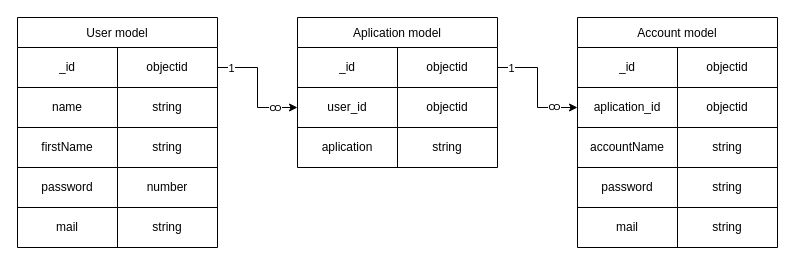
Earlier version of the draw.io diagram Диаграмма без названия.drawio (lambehorn/Passwords_Web-application). Source tidied: cells renumbered, new cells numbered last; positions are measured from the earlier drawing's top-left corner, leaving out a move shared by most shapes. Both pictures are drawn from the tidied source at 100%, with x=0, y=0 at pixel (17, 17).
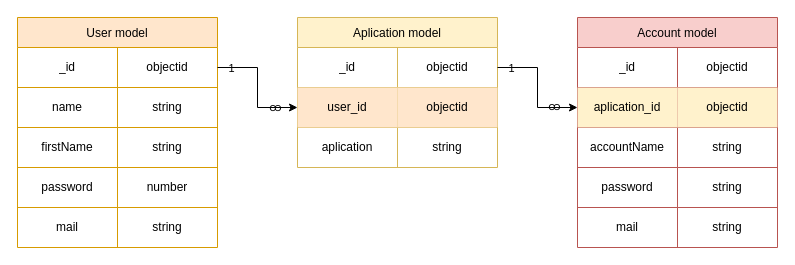
Above is the later version.

What changed in the source:
```diff
@@
-    <mxCell id="2" value="User model" style="shape=table;startSize=30;childLayout=tableLayout;" parent="1" vertex="1">
+    <mxCell id="2" value="User model" style="shape=table;startSize=30;childLayout=tableLayout;labelBackgroundColor=none;fillColor=#ffe6cc;strokeColor=#d79b00;" parent="1" vertex="1">
       <mxGeometry width="200" height="230" as="geometry" />
     </mxCell>
-    <mxCell id="3" style="shape=tableRow;horizontal=0;startSize=0;swimlaneHead=0;swimlaneBody=0;strokeColor=inherit;top=0;left=0;bottom=0;right=0;fillColor=none;points=[[0,0.5],[1,0.5]];portConstraint=eastwest;" parent="2" vertex="1">
+    <mxCell id="3" style="shape=tableRow;horizontal=0;startSize=0;swimlaneHead=0;swimlaneBody=0;top=0;left=0;bottom=0;right=0;fillColor=none;points=[[0,0.5],[1,0.5]];portConstraint=eastwest;labelBackgroundColor=none;" parent="2" vertex="1">
       <mxGeometry y="30" width="200" height="40" as="geometry" />
     </mxCell>
-    <mxCell id="4" value="_id" style="shape=partialRectangle;html=1;whiteSpace=wrap;strokeColor=inherit;overflow=hidden;fillColor=none;top=0;left=0;bottom=0;right=0;" parent="3" vertex="1">
+    <mxCell id="4" value="_id" style="shape=partialRectangle;html=1;whiteSpace=wrap;overflow=hidden;fillColor=none;top=0;left=0;bottom=0;right=0;labelBackgroundColor=none;" parent="3" vertex="1">
       <mxGeometry width="100" height="40" as="geometry" />
     </mxCell>
-    <mxCell id="5" value="objectid" style="shape=partialRectangle;html=1;whiteSpace=wrap;strokeColor=inherit;overflow=hidden;fillColor=none;top=0;left=0;bottom=0;right=0;" parent="3" vertex="1">
+    <mxCell id="5" value="objectid" style="shape=partialRectangle;html=1;whiteSpace=wrap;overflow=hidden;fillColor=none;top=0;left=0;bottom=0;right=0;labelBackgroundColor=none;" parent="3" vertex="1">
       <mxGeometry x="100" width="100" height="40" as="geometry" />
     </mxCell>
-    <mxCell id="6" style="shape=tableRow;horizontal=0;startSize=0;swimlaneHead=0;swimlaneBody=0;strokeColor=inherit;top=0;left=0;bottom=0;right=0;fillColor=none;" parent="2" vertex="1">
+    <mxCell id="6" style="shape=tableRow;horizontal=0;startSize=0;swimlaneHead=0;swimlaneBody=0;top=0;left=0;bottom=0;right=0;fillColor=none;labelBackgroundColor=none;" parent="2" vertex="1">
       <mxGeometry y="70" width="200" height="40" as="geometry" />
     </mxCell>
-    <mxCell id="7" value="name" style="shape=partialRectangle;html=1;whiteSpace=wrap;strokeColor=inherit;overflow=hidden;fillColor=none;top=0;left=0;bottom=0;right=0;" parent="6" vertex="1">
+    <mxCell id="7" value="name" style="shape=partialRectangle;html=1;whiteSpace=wrap;overflow=hidden;fillColor=none;top=0;left=0;bottom=0;right=0;labelBackgroundColor=none;" parent="6" vertex="1">
       <mxGeometry width="100" height="40" as="geometry" />
     </mxCell>
-    <mxCell id="8" value="string" style="shape=partialRectangle;html=1;whiteSpace=wrap;strokeColor=inherit;overflow=hidden;fillColor=none;top=0;left=0;bottom=0;right=0;" parent="6" vertex="1">
+    <mxCell id="8" value="string" style="shape=partialRectangle;html=1;whiteSpace=wrap;overflow=hidden;fillColor=none;top=0;left=0;bottom=0;right=0;labelBackgroundColor=none;" parent="6" vertex="1">
       <mxGeometry x="100" width="100" height="40" as="geometry" />
     </mxCell>
-    <mxCell id="9" style="shape=tableRow;horizontal=0;startSize=0;swimlaneHead=0;swimlaneBody=0;strokeColor=inherit;top=0;left=0;bottom=0;right=0;fillColor=none;" parent="2" vertex="1">
+    <mxCell id="9" style="shape=tableRow;horizontal=0;startSize=0;swimlaneHead=0;swimlaneBody=0;top=0;left=0;bottom=0;right=0;fillColor=none;labelBackgroundColor=none;" parent="2" vertex="1">
       <mxGeometry y="110" width="200" height="40" as="geometry" />
     </mxCell>
-    <mxCell id="10" value="firstName" style="shape=partialRectangle;html=1;whiteSpace=wrap;strokeColor=inherit;overflow=hidden;fillColor=none;top=0;left=0;bottom=0;right=0;" parent="9" vertex="1">
+    <mxCell id="10" value="firstName" style="shape=partialRectangle;html=1;whiteSpace=wrap;overflow=hidden;fillColor=none;top=0;left=0;bottom=0;right=0;labelBackgroundColor=none;" parent="9" vertex="1">
       <mxGeometry width="100" height="40" as="geometry" />
     </mxCell>
-    <mxCell id="11" value="string" style="shape=partialRectangle;html=1;whiteSpace=wrap;strokeColor=inherit;overflow=hidden;fillColor=none;top=0;left=0;bottom=0;right=0;" parent="9" vertex="1">
+    <mxCell id="11" value="string" style="shape=partialRectangle;html=1;whiteSpace=wrap;overflow=hidden;fillColor=none;top=0;left=0;bottom=0;right=0;labelBackgroundColor=none;" parent="9" vertex="1">
       <mxGeometry x="100" width="100" height="40" as="geometry" />
     </mxCell>
-    <mxCell id="12" style="shape=tableRow;horizontal=0;startSize=0;swimlaneHead=0;swimlaneBody=0;strokeColor=inherit;top=0;left=0;bottom=0;right=0;fillColor=none;" parent="2" vertex="1">
+    <mxCell id="12" style="shape=tableRow;horizontal=0;startSize=0;swimlaneHead=0;swimlaneBody=0;top=0;left=0;bottom=0;right=0;fillColor=none;labelBackgroundColor=none;" parent="2" vertex="1">
       <mxGeometry y="150" width="200" height="40" as="geometry" />
     </mxCell>
-    <mxCell id="13" value="password" style="shape=partialRectangle;html=1;whiteSpace=wrap;strokeColor=inherit;overflow=hidden;fillColor=none;top=0;left=0;bottom=0;right=0;" parent="12" vertex="1">
+    <mxCell id="13" value="password" style="shape=partialRectangle;html=1;whiteSpace=wrap;overflow=hidden;fillColor=none;top=0;left=0;bottom=0;right=0;labelBackgroundColor=none;" parent="12" vertex="1">
       <mxGeometry width="100" height="40" as="geometry" />
     </mxCell>
-    <mxCell id="14" value="number" style="shape=partialRectangle;html=1;whiteSpace=wrap;strokeColor=inherit;overflow=hidden;fillColor=none;top=0;left=0;bottom=0;right=0;" parent="12" vertex="1">
+    <mxCell id="14" value="number" style="shape=partialRectangle;html=1;whiteSpace=wrap;overflow=hidden;fillColor=none;top=0;left=0;bottom=0;right=0;labelBackgroundColor=none;" parent="12" vertex="1">
       <mxGeometry x="100" width="100" height="40" as="geometry" />
     </mxCell>
-    <mxCell id="15" style="shape=tableRow;horizontal=0;startSize=0;swimlaneHead=0;swimlaneBody=0;strokeColor=inherit;top=0;left=0;bottom=0;right=0;fillColor=none;" parent="2" vertex="1">
+    <mxCell id="15" style="shape=tableRow;horizontal=0;startSize=0;swimlaneHead=0;swimlaneBody=0;top=0;left=0;bottom=0;right=0;fillColor=none;labelBackgroundColor=none;" parent="2" vertex="1">
       <mxGeometry y="190" width="200" height="40" as="geometry" />
     </mxCell>
-    <mxCell id="16" value="mail" style="shape=partialRectangle;html=1;whiteSpace=wrap;strokeColor=inherit;overflow=hidden;fillColor=none;top=0;left=0;bottom=0;right=0;" parent="15" vertex="1">
+    <mxCell id="16" value="mail" style="shape=partialRectangle;html=1;whiteSpace=wrap;overflow=hidden;fillColor=none;top=0;left=0;bottom=0;right=0;labelBackgroundColor=none;" parent="15" vertex="1">
       <mxGeometry width="100" height="40" as="geometry" />
     </mxCell>
-    <mxCell id="17" value="string" style="shape=partialRectangle;html=1;whiteSpace=wrap;strokeColor=inherit;overflow=hidden;fillColor=none;top=0;left=0;bottom=0;right=0;" parent="15" vertex="1">
+    <mxCell id="17" value="string" style="shape=partialRectangle;html=1;whiteSpace=wrap;overflow=hidden;fillColor=none;top=0;left=0;bottom=0;right=0;labelBackgroundColor=none;" parent="15" vertex="1">
       <mxGeometry x="100" width="100" height="40" as="geometry" />
     </mxCell>
-    <mxCell id="18" value="Aplication model" style="shape=table;startSize=30;childLayout=tableLayout;" parent="1" vertex="1">
+    <mxCell id="18" value="Aplication model" style="shape=table;startSize=30;childLayout=tableLayout;labelBackgroundColor=none;fillColor=#fff2cc;strokeColor=#d6b656;" parent="1" vertex="1">
       <mxGeometry x="280" width="200" height="150" as="geometry" />
     </mxCell>
-    <mxCell id="19" style="shape=tableRow;horizontal=0;startSize=0;swimlaneHead=0;swimlaneBody=0;strokeColor=inherit;top=0;left=0;bottom=0;right=0;fillColor=none;points=[[0,0.5],[1,0.5]];portConstraint=eastwest;" parent="18" vertex="1">
+    <mxCell id="19" style="shape=tableRow;horizontal=0;startSize=0;swimlaneHead=0;swimlaneBody=0;top=0;left=0;bottom=0;right=0;fillColor=none;points=[[0,0.5],[1,0.5]];portConstraint=eastwest;labelBackgroundColor=none;" parent="18" vertex="1">
       <mxGeometry y="30" width="200" height="40" as="geometry" />
     </mxCell>
-    <mxCell id="20" value="_id" style="shape=partialRectangle;html=1;whiteSpace=wrap;strokeColor=inherit;overflow=hidden;fillColor=none;top=0;left=0;bottom=0;right=0;" parent="19" vertex="1">
+    <mxCell id="20" value="_id" style="shape=partialRectangle;html=1;whiteSpace=wrap;overflow=hidden;fillColor=none;top=0;left=0;bottom=0;right=0;labelBackgroundColor=none;" parent="19" vertex="1">
       <mxGeometry width="100" height="40" as="geometry" />
     </mxCell>
-    <mxCell id="21" value="objectid" style="shape=partialRectangle;html=1;whiteSpace=wrap;strokeColor=inherit;overflow=hidden;fillColor=none;top=0;left=0;bottom=0;right=0;" parent="19" vertex="1">
+    <mxCell id="21" value="objectid" style="shape=partialRectangle;html=1;whiteSpace=wrap;overflow=hidden;fillColor=none;top=0;left=0;bottom=0;right=0;labelBackgroundColor=none;" parent="19" vertex="1">
       <mxGeometry x="100" width="100" height="40" as="geometry" />
     </mxCell>
-    <mxCell id="22" style="shape=tableRow;horizontal=0;startSize=0;swimlaneHead=0;swimlaneBody=0;strokeColor=inherit;top=0;left=0;bottom=0;right=0;fillColor=none;points=[[0,0.5],[1,0.5]];portConstraint=eastwest;" parent="18" vertex="1">
+    <mxCell id="22" style="shape=tableRow;horizontal=0;startSize=0;swimlaneHead=0;swimlaneBody=0;top=0;left=0;bottom=0;right=0;fillColor=none;points=[[0,0.5],[1,0.5]];portConstraint=eastwest;labelBackgroundColor=none;" parent="18" vertex="1">
       <mxGeometry y="70" width="200" height="40" as="geometry" />
     </mxCell>
-    <mxCell id="23" value="user_id" style="shape=partialRectangle;html=1;whiteSpace=wrap;strokeColor=inherit;overflow=hidden;fillColor=none;top=0;left=0;bottom=0;right=0;" parent="22" vertex="1">
+    <mxCell id="23" value="user_id" style="shape=partialRectangle;html=1;whiteSpace=wrap;overflow=hidden;fillColor=#ffe6cc;top=0;left=0;bottom=0;right=0;labelBackgroundColor=none;strokeColor=#d79b00;" parent="22" vertex="1">
       <mxGeometry width="100" height="40" as="geometry" />
     </mxCell>
-    <mxCell id="24" value="objectid" style="shape=partialRectangle;html=1;whiteSpace=wrap;strokeColor=inherit;overflow=hidden;fillColor=none;top=0;left=0;bottom=0;right=0;" parent="22" vertex="1">
+    <mxCell id="24" value="objectid" style="shape=partialRectangle;html=1;whiteSpace=wrap;overflow=hidden;fillColor=#ffe6cc;top=0;left=0;bottom=0;right=0;labelBackgroundColor=none;strokeColor=#d79b00;" parent="22" vertex="1">
       <mxGeometry x="100" width="100" height="40" as="geometry" />
     </mxCell>
-    <mxCell id="25" style="shape=tableRow;horizontal=0;startSize=0;swimlaneHead=0;swimlaneBody=0;strokeColor=inherit;top=0;left=0;bottom=0;right=0;fillColor=none;" parent="18" vertex="1">
+    <mxCell id="25" style="shape=tableRow;horizontal=0;startSize=0;swimlaneHead=0;swimlaneBody=0;top=0;left=0;bottom=0;right=0;fillColor=none;labelBackgroundColor=none;" parent="18" vertex="1">
       <mxGeometry y="110" width="200" height="40" as="geometry" />
     </mxCell>
-    <mxCell id="26" value="aplication" style="shape=partialRectangle;html=1;whiteSpace=wrap;strokeColor=inherit;overflow=hidden;fillColor=none;top=0;left=0;bottom=0;right=0;" parent="25" vertex="1">
+    <mxCell id="26" value="aplication" style="shape=partialRectangle;html=1;whiteSpace=wrap;overflow=hidden;fillColor=none;top=0;left=0;bottom=0;right=0;labelBackgroundColor=none;" parent="25" vertex="1">
       <mxGeometry width="100" height="40" as="geometry" />
     </mxCell>
-    <mxCell id="27" value="string" style="shape=partialRectangle;html=1;whiteSpace=wrap;strokeColor=inherit;overflow=hidden;fillColor=none;top=0;left=0;bottom=0;right=0;" parent="25" vertex="1">
+    <mxCell id="27" value="string" style="shape=partialRectangle;html=1;whiteSpace=wrap;overflow=hidden;fillColor=none;top=0;left=0;bottom=0;right=0;labelBackgroundColor=none;" parent="25" vertex="1">
       <mxGeometry x="100" width="100" height="40" as="geometry" />
     </mxCell>
-    <mxCell id="28" style="edgeStyle=orthogonalEdgeStyle;rounded=0;jettySize=auto;html=1;" parent="1" edge="1" source="3" target="22">
+    <mxCell id="28" style="edgeStyle=orthogonalEdgeStyle;rounded=0;jettySize=auto;html=1;labelBackgroundColor=none;fontColor=default;" parent="1" edge="1" source="3" target="22">
       <mxGeometry relative="1" as="geometry" />
     </mxCell>
-    <mxCell id="29" value="1" style="edgeLabel;html=1;align=center;verticalAlign=middle;" parent="28" vertex="1">
+    <mxCell id="29" value="1" style="edgeLabel;html=1;align=center;verticalAlign=middle;labelBackgroundColor=none;" parent="28" vertex="1">
       <mxGeometry x="-0.78" relative="1" as="geometry" />
     </mxCell>
-    <mxCell id="30" value="ထ" style="edgeLabel;html=1;align=center;verticalAlign=middle;" parent="28" vertex="1">
+    <mxCell id="30" value="ထ" style="edgeLabel;html=1;align=center;verticalAlign=middle;labelBackgroundColor=none;" parent="28" vertex="1">
       <mxGeometry x="0.66" y="1" relative="1" as="geometry">
         <mxPoint x="-3" as="offset" />
       </mxGeometry>
     </mxCell>
-    <mxCell id="31" value="Account model" style="shape=table;startSize=30;childLayout=tableLayout;" parent="1" vertex="1">
+    <mxCell id="31" value="Account model" style="shape=table;startSize=30;childLayout=tableLayout;labelBackgroundColor=none;fillColor=#f8cecc;strokeColor=#b85450;" parent="1" vertex="1">
       <mxGeometry x="560" width="200" height="230" as="geometry" />
     </mxCell>
-    <mxCell id="32" style="shape=tableRow;horizontal=0;startSize=0;swimlaneHead=0;swimlaneBody=0;strokeColor=inherit;top=0;left=0;bottom=0;right=0;fillColor=none;" parent="31" vertex="1">
+    <mxCell id="32" style="shape=tableRow;horizontal=0;startSize=0;swimlaneHead=0;swimlaneBody=0;top=0;left=0;bottom=0;right=0;fillColor=none;labelBackgroundColor=none;" parent="31" vertex="1">
       <mxGeometry y="30" width="200" height="40" as="geometry" />
     </mxCell>
-    <mxCell id="33" value="_id" style="shape=partialRectangle;html=1;whiteSpace=wrap;strokeColor=inherit;overflow=hidden;fillColor=none;top=0;left=0;bottom=0;right=0;" parent="32" vertex="1">
+    <mxCell id="33" value="_id" style="shape=partialRectangle;html=1;whiteSpace=wrap;overflow=hidden;fillColor=none;top=0;left=0;bottom=0;right=0;labelBackgroundColor=none;" parent="32" vertex="1">
       <mxGeometry width="100" height="40" as="geometry" />
     </mxCell>
-    <mxCell id="34" value="objectid" style="shape=partialRectangle;html=1;whiteSpace=wrap;strokeColor=inherit;overflow=hidden;fillColor=none;top=0;left=0;bottom=0;right=0;" parent="32" vertex="1">
+    <mxCell id="34" value="objectid" style="shape=partialRectangle;html=1;whiteSpace=wrap;overflow=hidden;fillColor=none;top=0;left=0;bottom=0;right=0;labelBackgroundColor=none;" parent="32" vertex="1">
       <mxGeometry x="100" width="100" height="40" as="geometry" />
     </mxCell>
-    <mxCell id="35" style="shape=tableRow;horizontal=0;startSize=0;swimlaneHead=0;swimlaneBody=0;strokeColor=inherit;top=0;left=0;bottom=0;right=0;fillColor=none;points=[[0,0.5],[1,0.5]];portConstraint=eastwest;" parent="31" vertex="1">
+    <mxCell id="35" style="shape=tableRow;horizontal=0;startSize=0;swimlaneHead=0;swimlaneBody=0;top=0;left=0;bottom=0;right=0;fillColor=none;points=[[0,0.5],[1,0.5]];portConstraint=eastwest;labelBackgroundColor=none;" parent="31" vertex="1">
       <mxGeometry y="70" width="200" height="40" as="geometry" />
     </mxCell>
-    <mxCell id="36" value="aplication_id" style="shape=partialRectangle;html=1;whiteSpace=wrap;strokeColor=inherit;overflow=hidden;fillColor=none;top=0;left=0;bottom=0;right=0;" parent="35" vertex="1">
+    <mxCell id="36" value="aplication_id" style="shape=partialRectangle;html=1;whiteSpace=wrap;overflow=hidden;fillColor=#fff2cc;top=0;left=0;bottom=0;right=0;labelBackgroundColor=none;strokeColor=#d6b656;" parent="35" vertex="1">
       <mxGeometry width="100" height="40" as="geometry" />
     </mxCell>
-    <mxCell id="37" value="objectid" style="shape=partialRectangle;html=1;whiteSpace=wrap;strokeColor=inherit;overflow=hidden;fillColor=none;top=0;left=0;bottom=0;right=0;" parent="35" vertex="1">
+    <mxCell id="37" value="objectid" style="shape=partialRectangle;html=1;whiteSpace=wrap;overflow=hidden;fillColor=#fff2cc;top=0;left=0;bottom=0;right=0;labelBackgroundColor=none;strokeColor=#d6b656;" parent="35" vertex="1">
       <mxGeometry x="100" width="100" height="40" as="geometry" />
     </mxCell>
-    <mxCell id="38" style="shape=tableRow;horizontal=0;startSize=0;swimlaneHead=0;swimlaneBody=0;strokeColor=inherit;top=0;left=0;bottom=0;right=0;fillColor=none;" parent="31" vertex="1">
+    <mxCell id="38" style="shape=tableRow;horizontal=0;startSize=0;swimlaneHead=0;swimlaneBody=0;top=0;left=0;bottom=0;right=0;fillColor=none;labelBackgroundColor=none;" parent="31" vertex="1">
       <mxGeometry y="110" width="200" height="40" as="geometry" />
     </mxCell>
-    <mxCell id="39" value="accountName" style="shape=partialRectangle;html=1;whiteSpace=wrap;strokeColor=inherit;overflow=hidden;fillColor=none;top=0;left=0;bottom=0;right=0;" parent="38" vertex="1">
+    <mxCell id="39" value="accountName" style="shape=partialRectangle;html=1;whiteSpace=wrap;overflow=hidden;fillColor=none;top=0;left=0;bottom=0;right=0;labelBackgroundColor=none;" parent="38" vertex="1">
       <mxGeometry width="100" height="40" as="geometry" />
     </mxCell>
-    <mxCell id="40" value="string" style="shape=partialRectangle;html=1;whiteSpace=wrap;strokeColor=inherit;overflow=hidden;fillColor=none;top=0;left=0;bottom=0;right=0;" parent="38" vertex="1">
+    <mxCell id="40" value="string" style="shape=partialRectangle;html=1;whiteSpace=wrap;overflow=hidden;fillColor=none;top=0;left=0;bottom=0;right=0;labelBackgroundColor=none;" parent="38" vertex="1">
       <mxGeometry x="100" width="100" height="40" as="geometry" />
     </mxCell>
-    <mxCell id="41" style="shape=tableRow;horizontal=0;startSize=0;swimlaneHead=0;swimlaneBody=0;strokeColor=inherit;top=0;left=0;bottom=0;right=0;fillColor=none;" parent="31" vertex="1">
+    <mxCell id="41" style="shape=tableRow;horizontal=0;startSize=0;swimlaneHead=0;swimlaneBody=0;top=0;left=0;bottom=0;right=0;fillColor=none;labelBackgroundColor=none;" parent="31" vertex="1">
       <mxGeometry y="150" width="200" height="40" as="geometry" />
     </mxCell>
-    <mxCell id="42" value="password" style="shape=partialRectangle;html=1;whiteSpace=wrap;strokeColor=inherit;overflow=hidden;fillColor=none;top=0;left=0;bottom=0;right=0;" parent="41" vertex="1">
+    <mxCell id="42" value="password" style="shape=partialRectangle;html=1;whiteSpace=wrap;overflow=hidden;fillColor=none;top=0;left=0;bottom=0;right=0;labelBackgroundColor=none;" parent="41" vertex="1">
       <mxGeometry width="100" height="40" as="geometry" />
     </mxCell>
-    <mxCell id="43" value="string" style="shape=partialRectangle;html=1;whiteSpace=wrap;strokeColor=inherit;overflow=hidden;fillColor=none;top=0;left=0;bottom=0;right=0;" parent="41" vertex="1">
+    <mxCell id="43" value="string" style="shape=partialRectangle;html=1;whiteSpace=wrap;overflow=hidden;fillColor=none;top=0;left=0;bottom=0;right=0;labelBackgroundColor=none;" parent="41" vertex="1">
       <mxGeometry x="100" width="100" height="40" as="geometry" />
     </mxCell>
-    <mxCell id="44" style="shape=tableRow;horizontal=0;startSize=0;swimlaneHead=0;swimlaneBody=0;strokeColor=inherit;top=0;left=0;bottom=0;right=0;fillColor=none;" parent="31" vertex="1">
+    <mxCell id="44" style="shape=tableRow;horizontal=0;startSize=0;swimlaneHead=0;swimlaneBody=0;top=0;left=0;bottom=0;right=0;fillColor=none;labelBackgroundColor=none;" parent="31" vertex="1">
       <mxGeometry y="190" width="200" height="40" as="geometry" />
     </mxCell>
-    <mxCell id="45" value="mail" style="shape=partialRectangle;html=1;whiteSpace=wrap;strokeColor=inherit;overflow=hidden;fillColor=none;top=0;left=0;bottom=0;right=0;" parent="44" vertex="1">
+    <mxCell id="45" value="mail" style="shape=partialRectangle;html=1;whiteSpace=wrap;overflow=hidden;fillColor=none;top=0;left=0;bottom=0;right=0;labelBackgroundColor=none;" parent="44" vertex="1">
       <mxGeometry width="100" height="40" as="geometry" />
     </mxCell>
-    <mxCell id="46" value="string" style="shape=partialRectangle;html=1;whiteSpace=wrap;strokeColor=inherit;overflow=hidden;fillColor=none;top=0;left=0;bottom=0;right=0;" parent="44" vertex="1">
+    <mxCell id="46" value="string" style="shape=partialRectangle;html=1;whiteSpace=wrap;overflow=hidden;fillColor=none;top=0;left=0;bottom=0;right=0;labelBackgroundColor=none;" parent="44" vertex="1">
       <mxGeometry x="100" width="100" height="40" as="geometry" />
     </mxCell>
-    <mxCell id="47" style="edgeStyle=orthogonalEdgeStyle;rounded=0;jettySize=auto;html=1;" parent="1" edge="1" source="19" target="35">
+    <mxCell id="47" style="edgeStyle=orthogonalEdgeStyle;rounded=0;jettySize=auto;html=1;labelBackgroundColor=none;fontColor=default;" parent="1" edge="1" source="19" target="35">
       <mxGeometry relative="1" as="geometry" />
     </mxCell>
-    <mxCell id="48" value="1" style="edgeLabel;html=1;align=center;verticalAlign=middle;" parent="47" vertex="1">
+    <mxCell id="48" value="1" style="edgeLabel;html=1;align=center;verticalAlign=middle;labelBackgroundColor=none;" parent="47" vertex="1">
       <mxGeometry x="-0.67" relative="1" as="geometry">
         <mxPoint x="-7" as="offset" />
       </mxGeometry>
     </mxCell>
-    <mxCell id="49" value="ထ" style="edgeLabel;html=1;align=center;verticalAlign=middle;" parent="47" vertex="1">
+    <mxCell id="49" value="ထ" style="edgeLabel;html=1;align=center;verticalAlign=middle;labelBackgroundColor=none;" parent="47" vertex="1">
       <mxGeometry x="0.62" y="2" relative="1" as="geometry">
         <mxPoint x="-1" as="offset" />
       </mxGeometry>
     </mxCell>
```
